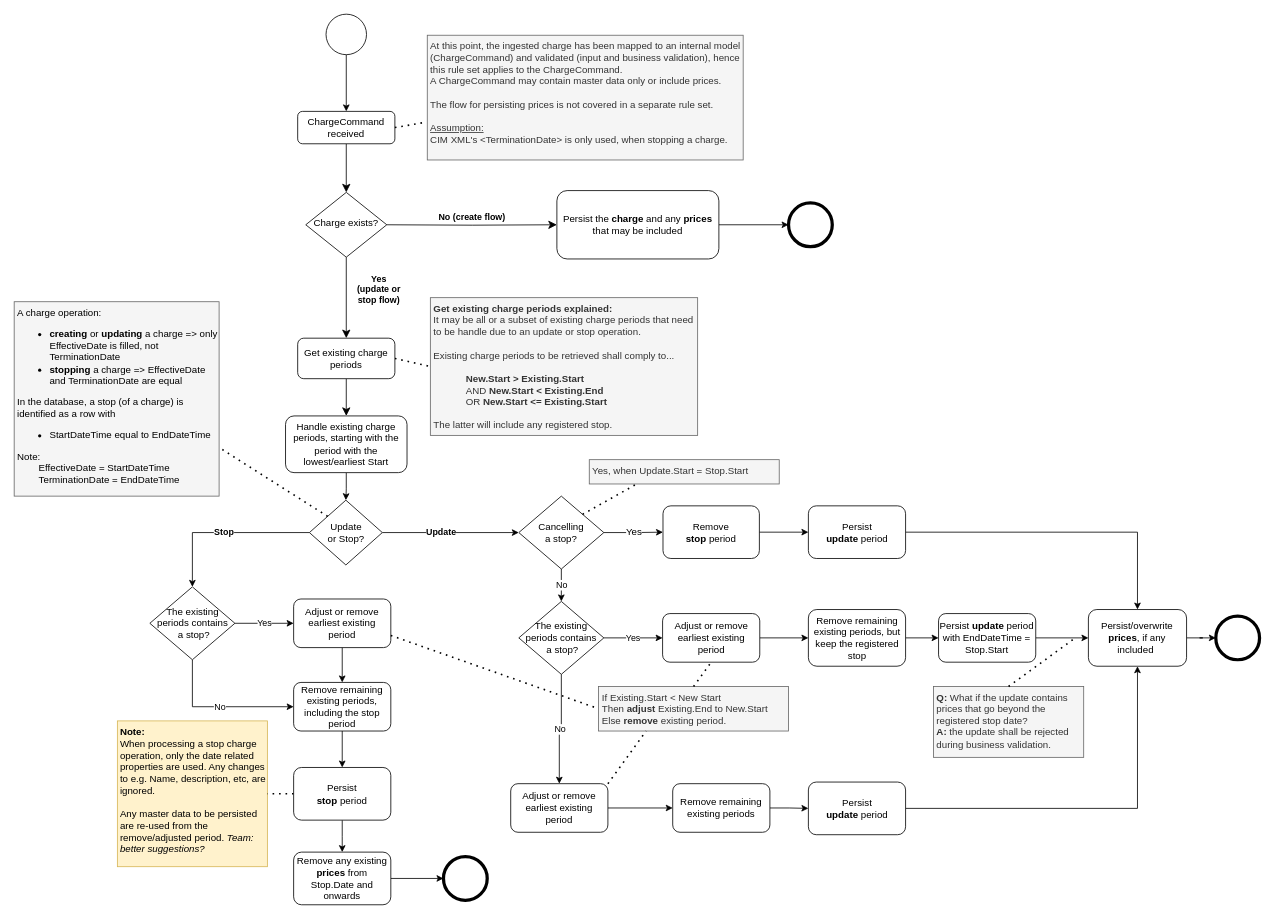
Before: page "Ruleset_v2" (1 of 2) of docs/process-flows/images/PersistingChargesRuleSet_ProcessFlow.drawio in Energinet-DataHub/ARCHIVED-geh-charges, a draw.io diagram. Source tidied: cells renumbered, new cells numbered last; positions are measured from the earlier drawing's top-left corner, leaving out a move shared by most shapes. Both pictures are drawn from the tidied source at 81%, with x=0, y=0 at pixel (14, 14).
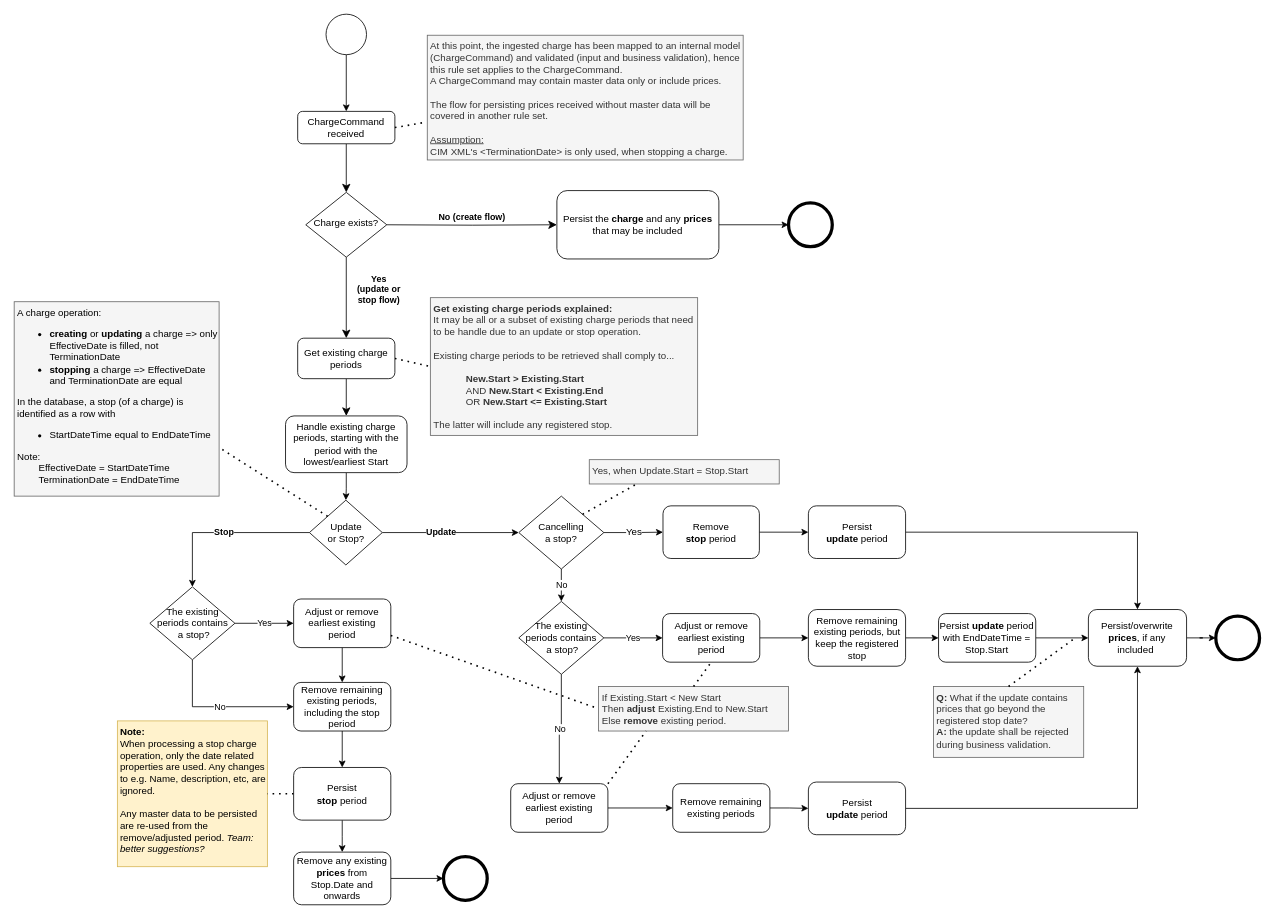
The same diagram, later.

Commit message (it also covers changes not shown here):
Changed text on prices received without master data

What changed in the source:
```diff
@@
-    <mxCell id="14" value="At this point, the ingested charge has been mapped to an internal model (ChargeCommand) and validated (input and business validation), hence this rule set applies to the ChargeCommand.&lt;br&gt;A ChargeCommand may contain master data only or include prices.&lt;br&gt;&lt;br&gt;The flow for persisting prices is not covered in a separate rule set.&lt;br&gt;&lt;br&gt;&lt;u&gt;Assumption:&lt;/u&gt;&lt;br&gt;CIM XML's &amp;lt;TerminationDate&amp;gt; is only used, when stopping a charge.&amp;nbsp;" style="text;html=1;strokeColor=#666666;fillColor=#f5f5f5;align=left;verticalAlign=top;whiteSpace=wrap;rounded=0;fontColor=#333333;perimeterSpacing=0;spacingTop=0;spacingLeft=2;spacingBottom=2;" parent="1" vertex="1">
+    <mxCell id="14" value="At this point, the ingested charge has been mapped to an internal model (ChargeCommand) and validated (input and business validation), hence this rule set applies to the ChargeCommand.&lt;br&gt;A ChargeCommand may contain master data only or include prices.&lt;br&gt;&lt;br&gt;The flow for persisting prices received without master data will be covered in another rule set.&lt;br&gt;&lt;br&gt;&lt;u&gt;Assumption:&lt;/u&gt;&lt;br&gt;CIM XML's &amp;lt;TerminationDate&amp;gt; is only used, when stopping a charge.&amp;nbsp;" style="text;html=1;strokeColor=#666666;fillColor=#f5f5f5;align=left;verticalAlign=top;whiteSpace=wrap;rounded=0;fontColor=#333333;perimeterSpacing=0;spacingTop=0;spacingLeft=2;spacingBottom=2;" parent="1" vertex="1">
       <mxGeometry x="510" y="26" width="390" height="154" as="geometry" />
     </mxCell>
```
